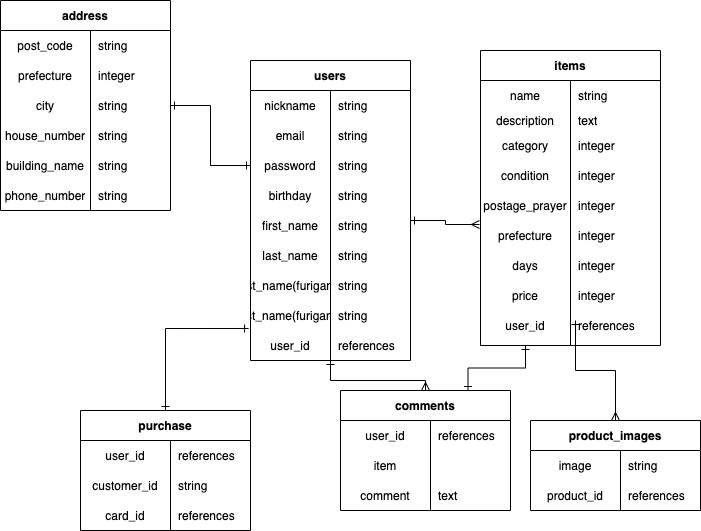
Earlier version of the draw.io export test.dio/test.drawio.png (nxu4559/furima-28155). Source tidied: cells renumbered, new cells last; positions are measured from the earlier drawing's top-left corner, leaving out a move shared by most shapes.
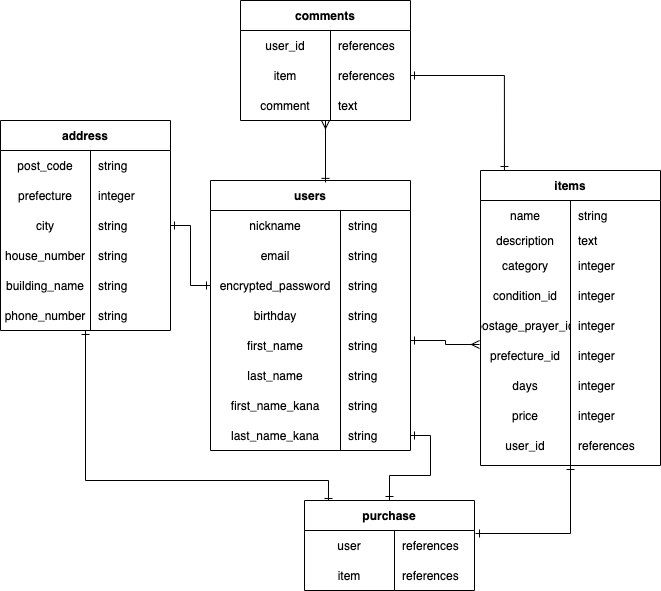
After the commit.

Commit message:
データベース設計　訂正

What changed in the source:
```diff
@@ -12,6 +12,9 @@
         </Array>
       </mxGeometry>
     </mxCell>
+    <mxCell id="110" style="edgeStyle=orthogonalEdgeStyle;rounded=0;jettySize=auto;html=1;entryX=1.006;entryY=0.1;entryDx=0;entryDy=0;entryPerimeter=0;startArrow=ERone;startFill=0;endArrow=ERone;endFill=0;" parent="1" edge="1" source="3" target="83">
+      <mxGeometry relative="1" as="geometry" />
+    </mxCell>
     <mxCell id="3" value="items" style="shape=table;startSize=30;rowLines=0;fontStyle=1;align=center;" parent="1" vertex="1">
       <mxGeometry x="480" y="50" width="180" height="295" as="geometry" />
     </mxCell>
@@ -45,7 +48,7 @@
     <mxCell id="13" style="shape=partialRectangle;fillColor=none;top=0;left=0;bottom=0;right=0;" parent="3" vertex="1">
       <mxGeometry y="110" width="180" height="30" as="geometry" />
     </mxCell>
-    <mxCell id="14" value="condition" style="shape=partialRectangle;fillColor=none;top=0;left=0;bottom=0;right=0;overflow=hidden;" parent="13" vertex="1">
+    <mxCell id="14" value="condition_id" style="shape=partialRectangle;fillColor=none;top=0;left=0;bottom=0;right=0;overflow=hidden;" parent="13" vertex="1">
       <mxGeometry width="90" height="30" as="geometry" />
     </mxCell>
     <mxCell id="15" value="integer" style="shape=partialRectangle;fillColor=none;top=0;left=0;bottom=0;right=0;align=left;spacingLeft=6;overflow=hidden;" parent="13" vertex="1">
@@ -54,7 +57,7 @@
     <mxCell id="16" style="shape=partialRectangle;fillColor=none;top=0;left=0;bottom=0;right=0;" parent="3" vertex="1">
       <mxGeometry y="140" width="180" height="30" as="geometry" />
     </mxCell>
-    <mxCell id="17" value="postage_prayer" style="shape=partialRectangle;fillColor=none;top=0;left=0;bottom=0;right=0;overflow=hidden;" parent="16" vertex="1">
+    <mxCell id="17" value="postage_prayer_id" style="shape=partialRectangle;fillColor=none;top=0;left=0;bottom=0;right=0;overflow=hidden;" parent="16" vertex="1">
       <mxGeometry width="90" height="30" as="geometry" />
     </mxCell>
     <mxCell id="18" value="integer" style="shape=partialRectangle;fillColor=none;top=0;left=0;bottom=0;right=0;align=left;spacingLeft=6;overflow=hidden;" parent="16" vertex="1">
@@ -63,7 +66,7 @@
     <mxCell id="19" style="shape=partialRectangle;fillColor=none;top=0;left=0;bottom=0;right=0;" parent="3" vertex="1">
       <mxGeometry y="170" width="180" height="30" as="geometry" />
     </mxCell>
-    <mxCell id="20" value="prefecture" style="shape=partialRectangle;fillColor=none;top=0;left=0;bottom=0;right=0;overflow=hidden;" parent="19" vertex="1">
+    <mxCell id="20" value="prefecture_id" style="shape=partialRectangle;fillColor=none;top=0;left=0;bottom=0;right=0;overflow=hidden;" parent="19" vertex="1">
       <mxGeometry width="90" height="30" as="geometry" />
     </mxCell>
     <mxCell id="21" value="integer" style="shape=partialRectangle;fillColor=none;top=0;left=0;bottom=0;right=0;align=left;spacingLeft=6;overflow=hidden;" parent="19" vertex="1">
@@ -99,101 +102,84 @@
     <mxCell id="31" style="edgeStyle=orthogonalEdgeStyle;rounded=0;jettySize=auto;html=1;entryX=1;entryY=0.5;entryDx=0;entryDy=0;startArrow=ERone;startFill=0;endArrow=ERone;endFill=0;" parent="1" edge="1" source="41" target="70">
       <mxGeometry relative="1" as="geometry" />
     </mxCell>
-    <mxCell id="32" style="edgeStyle=orthogonalEdgeStyle;rounded=0;jettySize=auto;html=1;startArrow=ERone;startFill=0;endArrow=ERone;endFill=0;exitX=-0.012;exitY=-0.067;exitDx=0;exitDy=0;exitPerimeter=0;" parent="1" edge="1" source="59" target="82">
+    <mxCell id="32" style="edgeStyle=orthogonalEdgeStyle;rounded=0;jettySize=auto;html=1;startArrow=ERone;startFill=0;endArrow=ERone;endFill=0;exitX=-0.012;exitY=-0.067;exitDx=0;exitDy=0;exitPerimeter=0;" parent="1" edge="1" source="x" target="82">
       <mxGeometry relative="1" as="geometry" />
     </mxCell>
-    <mxCell id="33" style="edgeStyle=orthogonalEdgeStyle;rounded=0;jettySize=auto;html=1;entryX=0.5;entryY=0;entryDx=0;entryDy=0;startArrow=ERone;startFill=0;endArrow=ERmany;endFill=0;" parent="1" edge="1" source="34" target="100">
-      <mxGeometry relative="1" as="geometry" />
-    </mxCell>
     <mxCell id="34" value="users" style="shape=table;startSize=30;rowLines=0;fontStyle=1;align=center;" parent="1" vertex="1">
-      <mxGeometry x="250" y="60" width="160" height="300" as="geometry" />
+      <mxGeometry x="210" y="60" width="200" height="270" as="geometry" />
     </mxCell>
     <mxCell id="35" style="shape=partialRectangle;fillColor=none;top=0;left=0;bottom=0;right=0;" parent="34" vertex="1">
-      <mxGeometry y="30" width="160" height="30" as="geometry" />
+      <mxGeometry y="30" width="200" height="30" as="geometry" />
     </mxCell>
     <mxCell id="36" value="nickname" style="shape=partialRectangle;fillColor=none;top=0;left=0;bottom=0;right=0;overflow=hidden;" parent="35" vertex="1">
-      <mxGeometry width="80" height="30" as="geometry" />
+      <mxGeometry width="130" height="30" as="geometry" />
     </mxCell>
     <mxCell id="37" value="string" style="shape=partialRectangle;fillColor=none;top=0;left=0;bottom=0;right=0;align=left;spacingLeft=6;overflow=hidden;" parent="35" vertex="1">
-      <mxGeometry x="80" width="80" height="30" as="geometry" />
+      <mxGeometry x="130" width="70" height="30" as="geometry" />
     </mxCell>
     <mxCell id="38" style="shape=partialRectangle;fillColor=none;top=0;left=0;bottom=0;right=0;" parent="34" vertex="1">
-      <mxGeometry y="60" width="160" height="30" as="geometry" />
+      <mxGeometry y="60" width="200" height="30" as="geometry" />
     </mxCell>
     <mxCell id="39" value="email" style="shape=partialRectangle;fillColor=none;top=0;left=0;bottom=0;right=0;overflow=hidden;" parent="38" vertex="1">
-      <mxGeometry width="80" height="30" as="geometry" />
+      <mxGeometry width="130" height="30" as="geometry" />
     </mxCell>
     <mxCell id="40" value="string" style="shape=partialRectangle;fillColor=none;top=0;left=0;bottom=0;right=0;align=left;spacingLeft=6;overflow=hidden;" parent="38" vertex="1">
-      <mxGeometry x="80" width="80" height="30" as="geometry" />
+      <mxGeometry x="130" width="70" height="30" as="geometry" />
     </mxCell>
     <mxCell id="41" style="shape=partialRectangle;fillColor=none;top=0;left=0;bottom=0;right=0;points=[[0,0.5],[1,0.5]];portConstraint=eastwest;" parent="34" vertex="1">
-      <mxGeometry y="90" width="160" height="30" as="geometry" />
+      <mxGeometry y="90" width="200" height="30" as="geometry" />
     </mxCell>
-    <mxCell id="42" value="password" style="shape=partialRectangle;fillColor=none;top=0;left=0;bottom=0;right=0;overflow=hidden;" parent="41" vertex="1">
-      <mxGeometry width="80" height="30" as="geometry" />
+    <mxCell id="42" value="encrypted_password" style="shape=partialRectangle;fillColor=none;top=0;left=0;bottom=0;right=0;overflow=hidden;" parent="41" vertex="1">
+      <mxGeometry width="130" height="30" as="geometry" />
     </mxCell>
     <mxCell id="43" value="string" style="shape=partialRectangle;fillColor=none;top=0;left=0;bottom=0;right=0;align=left;spacingLeft=6;overflow=hidden;" parent="41" vertex="1">
-      <mxGeometry x="80" width="80" height="30" as="geometry" />
+      <mxGeometry x="130" width="70" height="30" as="geometry" />
     </mxCell>
     <mxCell id="44" style="shape=partialRectangle;fillColor=none;top=0;left=0;bottom=0;right=0;" parent="34" vertex="1">
-      <mxGeometry y="120" width="160" height="30" as="geometry" />
+      <mxGeometry y="120" width="200" height="30" as="geometry" />
     </mxCell>
     <mxCell id="45" value="birthday" style="shape=partialRectangle;fillColor=none;top=0;left=0;bottom=0;right=0;overflow=hidden;" parent="44" vertex="1">
-      <mxGeometry width="80" height="30" as="geometry" />
+      <mxGeometry width="130" height="30" as="geometry" />
     </mxCell>
     <mxCell id="46" value="string" style="shape=partialRectangle;fillColor=none;top=0;left=0;bottom=0;right=0;align=left;spacingLeft=6;overflow=hidden;" parent="44" vertex="1">
-      <mxGeometry x="80" width="80" height="30" as="geometry" />
+      <mxGeometry x="130" width="70" height="30" as="geometry" />
     </mxCell>
     <mxCell id="47" style="shape=partialRectangle;fillColor=none;top=0;left=0;bottom=0;right=0;" parent="34" vertex="1">
-      <mxGeometry y="150" width="160" height="30" as="geometry" />
+      <mxGeometry y="150" width="200" height="30" as="geometry" />
     </mxCell>
     <mxCell id="48" value="first_name" style="shape=partialRectangle;fillColor=none;top=0;left=0;bottom=0;right=0;overflow=hidden;" parent="47" vertex="1">
-      <mxGeometry width="80" height="30" as="geometry" />
+      <mxGeometry width="130" height="30" as="geometry" />
     </mxCell>
     <mxCell id="49" value="string" style="shape=partialRectangle;fillColor=none;top=0;left=0;bottom=0;right=0;align=left;spacingLeft=6;overflow=hidden;" parent="47" vertex="1">
-      <mxGeometry x="80" width="80" height="30" as="geometry" />
+      <mxGeometry x="130" width="70" height="30" as="geometry" />
     </mxCell>
     <mxCell id="50" style="shape=partialRectangle;fillColor=none;top=0;left=0;bottom=0;right=0;" parent="34" vertex="1">
-      <mxGeometry y="180" width="160" height="30" as="geometry" />
+      <mxGeometry y="180" width="200" height="30" as="geometry" />
     </mxCell>
     <mxCell id="51" value="last_name" style="shape=partialRectangle;fillColor=none;top=0;left=0;bottom=0;right=0;overflow=hidden;" parent="50" vertex="1">
-      <mxGeometry width="80" height="30" as="geometry" />
+      <mxGeometry width="130" height="30" as="geometry" />
     </mxCell>
     <mxCell id="52" value="string" style="shape=partialRectangle;fillColor=none;top=0;left=0;bottom=0;right=0;align=left;spacingLeft=6;overflow=hidden;" parent="50" vertex="1">
-      <mxGeometry x="80" width="80" height="30" as="geometry" />
+      <mxGeometry x="130" width="70" height="30" as="geometry" />
     </mxCell>
     <mxCell id="53" style="shape=partialRectangle;fillColor=none;top=0;left=0;bottom=0;right=0;" parent="34" vertex="1">
-      <mxGeometry y="210" width="160" height="30" as="geometry" />
+      <mxGeometry y="210" width="200" height="30" as="geometry" />
     </mxCell>
-    <mxCell id="54" value="first_name(furigana)" style="shape=partialRectangle;fillColor=none;top=0;left=0;bottom=0;right=0;overflow=hidden;" parent="53" vertex="1">
-      <mxGeometry width="80" height="30" as="geometry" />
+    <mxCell id="54" value="first_name_kana" style="shape=partialRectangle;fillColor=none;top=0;left=0;bottom=0;right=0;overflow=hidden;" parent="53" vertex="1">
+      <mxGeometry width="130" height="30" as="geometry" />
     </mxCell>
     <mxCell id="55" value="string" style="shape=partialRectangle;fillColor=none;top=0;left=0;bottom=0;right=0;align=left;spacingLeft=6;overflow=hidden;" parent="53" vertex="1">
-      <mxGeometry x="80" width="80" height="30" as="geometry" />
+      <mxGeometry x="130" width="70" height="30" as="geometry" />
     </mxCell>
     <mxCell id="56" style="shape=partialRectangle;fillColor=none;top=0;left=0;bottom=0;right=0;points=[[0,0.5],[1,0.5]];portConstraint=eastwest;" parent="34" vertex="1">
-      <mxGeometry y="240" width="160" height="30" as="geometry" />
+      <mxGeometry y="240" width="200" height="30" as="geometry" />
     </mxCell>
-    <mxCell id="57" value="last_name(furigana)" style="shape=partialRectangle;fillColor=none;top=0;left=0;bottom=0;right=0;overflow=hidden;" parent="56" vertex="1">
-      <mxGeometry width="80" height="30" as="geometry" />
+    <mxCell id="57" value="last_name_kana" style="shape=partialRectangle;fillColor=none;top=0;left=0;bottom=0;right=0;overflow=hidden;" parent="56" vertex="1">
+      <mxGeometry width="130" height="30" as="geometry" />
     </mxCell>
     <mxCell id="58" value="string" style="shape=partialRectangle;fillColor=none;top=0;left=0;bottom=0;right=0;align=left;spacingLeft=6;overflow=hidden;" parent="56" vertex="1">
-      <mxGeometry x="80" width="80" height="30" as="geometry" />
+      <mxGeometry x="130" width="70" height="30" as="geometry" />
     </mxCell>
-    <mxCell id="59" style="shape=partialRectangle;fillColor=none;top=0;left=0;bottom=0;right=0;points=[[0,0.5],[1,0.5]];portConstraint=eastwest;" parent="34" vertex="1">
-      <mxGeometry y="270" width="160" height="30" as="geometry" />
-    </mxCell>
-    <mxCell id="60" value="user_id" style="shape=partialRectangle;fillColor=none;top=0;left=0;bottom=0;right=0;overflow=hidden;" parent="59" vertex="1">
-      <mxGeometry width="80" height="30" as="geometry" />
-    </mxCell>
-    <mxCell id="61" value="references" style="shape=partialRectangle;fillColor=none;top=0;left=0;bottom=0;right=0;align=left;spacingLeft=6;overflow=hidden;" parent="59" vertex="1">
-      <mxGeometry x="80" width="80" height="30" as="geometry" />
-    </mxCell>
-    <mxCell id="62" style="edgeStyle=orthogonalEdgeStyle;rounded=0;jettySize=auto;html=1;startArrow=ERmany;startFill=0;endArrow=ERone;endFill=0;" parent="1" edge="1" source="92">
-      <mxGeometry relative="1" as="geometry">
-        <mxPoint x="575" y="320" as="targetPoint" />
-      </mxGeometry>
-    </mxCell>
     <mxCell id="63" value="address" style="shape=table;startSize=30;rowLines=0;fontStyle=1;align=center;" parent="1" vertex="1">
       <mxGeometry width="170" height="210" as="geometry" />
     </mxCell>
@@ -251,62 +237,22 @@
     <mxCell id="81" value="string" style="shape=partialRectangle;fillColor=none;top=0;left=0;bottom=0;right=0;align=left;spacingLeft=6;overflow=hidden;" parent="79" vertex="1">
       <mxGeometry x="90" width="80" height="30" as="geometry" />
     </mxCell>
-    <mxCell id="82" value="purchase" style="shape=table;startSize=30;rowLines=0;fontStyle=1;align=center;" parent="1" vertex="1">
-      <mxGeometry x="80" y="410" width="170" height="120" as="geometry" />
-    </mxCell>
-    <mxCell id="83" style="shape=partialRectangle;fillColor=none;top=0;left=0;bottom=0;right=0;points=[[0,0.5],[1,0.5]];portConstraint=eastwest;" parent="82" vertex="1">
-      <mxGeometry y="30" width="170" height="30" as="geometry" />
-    </mxCell>
-    <mxCell id="84" value="user_id" style="shape=partialRectangle;fillColor=none;top=0;left=0;bottom=0;right=0;overflow=hidden;" parent="83" vertex="1">
-      <mxGeometry width="90" height="30" as="geometry" />
-    </mxCell>
-    <mxCell id="85" value="references" style="shape=partialRectangle;fillColor=none;top=0;left=0;bottom=0;right=0;align=left;spacingLeft=6;overflow=hidden;" parent="83" vertex="1">
-      <mxGeometry x="90" width="80" height="30" as="geometry" />
-    </mxCell>
-    <mxCell id="86" style="shape=partialRectangle;fillColor=none;top=0;left=0;bottom=0;right=0;" parent="82" vertex="1">
-      <mxGeometry y="60" width="170" height="30" as="geometry" />
-    </mxCell>
-    <mxCell id="87" value="customer_id" style="shape=partialRectangle;fillColor=none;top=0;left=0;bottom=0;right=0;overflow=hidden;" parent="86" vertex="1">
-      <mxGeometry width="90" height="30" as="geometry" />
-    </mxCell>
-    <mxCell id="88" value="string" style="shape=partialRectangle;fillColor=none;top=0;left=0;bottom=0;right=0;align=left;spacingLeft=6;overflow=hidden;" parent="86" vertex="1">
-      <mxGeometry x="90" width="80" height="30" as="geometry" />
-    </mxCell>
-    <mxCell id="89" style="shape=partialRectangle;fillColor=none;top=0;left=0;bottom=0;right=0;" parent="82" vertex="1">
-      <mxGeometry y="90" width="170" height="30" as="geometry" />
-    </mxCell>
-    <mxCell id="90" value="card_id" style="shape=partialRectangle;fillColor=none;top=0;left=0;bottom=0;right=0;overflow=hidden;" parent="89" vertex="1">
-      <mxGeometry width="90" height="30" as="geometry" />
-    </mxCell>
-    <mxCell id="91" value="references" style="shape=partialRectangle;fillColor=none;top=0;left=0;bottom=0;right=0;align=left;spacingLeft=6;overflow=hidden;" parent="89" vertex="1">
-      <mxGeometry x="90" width="80" height="30" as="geometry" />
-    </mxCell>
-    <mxCell id="92" value="product_images" style="shape=table;startSize=30;rowLines=0;fontStyle=1;align=center;" parent="1" vertex="1">
-      <mxGeometry x="530" y="420" width="170" height="90" as="geometry" />
-    </mxCell>
-    <mxCell id="93" style="shape=partialRectangle;fillColor=none;top=0;left=0;bottom=0;right=0;" parent="92" vertex="1">
-      <mxGeometry y="30" width="170" height="30" as="geometry" />
-    </mxCell>
-    <mxCell id="94" value="image" style="shape=partialRectangle;fillColor=none;top=0;left=0;bottom=0;right=0;overflow=hidden;" parent="93" vertex="1">
-      <mxGeometry width="90" height="30" as="geometry" />
-    </mxCell>
-    <mxCell id="95" value="string" style="shape=partialRectangle;fillColor=none;top=0;left=0;bottom=0;right=0;align=left;spacingLeft=6;overflow=hidden;" parent="93" vertex="1">
-      <mxGeometry x="90" width="80" height="30" as="geometry" />
-    </mxCell>
-    <mxCell id="96" style="shape=partialRectangle;fillColor=none;top=0;left=0;bottom=0;right=0;" parent="92" vertex="1">
-      <mxGeometry y="60" width="170" height="30" as="geometry" />
-    </mxCell>
-    <mxCell id="97" value="product_id" style="shape=partialRectangle;fillColor=none;top=0;left=0;bottom=0;right=0;overflow=hidden;" parent="96" vertex="1">
-      <mxGeometry width="90" height="30" as="geometry" />
-    </mxCell>
-    <mxCell id="98" value="references" style="shape=partialRectangle;fillColor=none;top=0;left=0;bottom=0;right=0;align=left;spacingLeft=6;overflow=hidden;" parent="96" vertex="1">
-      <mxGeometry x="90" width="80" height="30" as="geometry" />
-    </mxCell>
-    <mxCell id="99" style="edgeStyle=orthogonalEdgeStyle;rounded=0;jettySize=auto;html=1;exitX=0.75;exitY=0;exitDx=0;exitDy=0;entryX=0.25;entryY=1;entryDx=0;entryDy=0;startArrow=ERone;startFill=0;endArrow=ERone;endFill=0;" parent="1" edge="1" source="100" target="3">
-      <mxGeometry relative="1" as="geometry" />
-    </mxCell>
+    <mxCell id="111" style="edgeStyle=orthogonalEdgeStyle;rounded=0;jettySize=auto;html=1;startArrow=ERone;startFill=0;endArrow=ERone;endFill=0;" parent="1" edge="1" source="56" target="82">
+      <mxGeometry relative="1" as="geometry" />
+    </mxCell>
+    <mxCell id="112" style="edgeStyle=orthogonalEdgeStyle;rounded=0;jettySize=auto;html=1;entryX=0.141;entryY=0.022;entryDx=0;entryDy=0;entryPerimeter=0;startArrow=ERone;startFill=0;endArrow=ERone;endFill=0;" parent="1" edge="1" source="79" target="82">
+      <mxGeometry relative="1" as="geometry">
+        <Array as="points">
+          <mxPoint x="85" y="360" />
+          <mxPoint x="328" y="360" />
+        </Array>
+      </mxGeometry>
+    </mxCell>
+    <mxCell id="113" style="edgeStyle=orthogonalEdgeStyle;rounded=0;jettySize=auto;html=1;entryX=0.575;entryY=0.007;entryDx=0;entryDy=0;entryPerimeter=0;startArrow=ERmany;startFill=0;endArrow=ERone;endFill=0;" parent="1" edge="1" source="100" target="34">
+      <mxGeometry relative="1" as="geometry" />
+    </mxCell>
     <mxCell id="100" value="comments" style="shape=table;startSize=30;rowLines=0;fontStyle=1;align=center;" parent="1" vertex="1">
-      <mxGeometry x="340" y="390" width="170" height="120" as="geometry" />
+      <mxGeometry x="240" y="-120" width="170" height="120" as="geometry" />
     </mxCell>
     <mxCell id="101" style="shape=partialRectangle;fillColor=none;top=0;left=0;bottom=0;right=0;" parent="100" vertex="1">
       <mxGeometry y="30" width="170" height="30" as="geometry" />
@@ -323,7 +269,7 @@
     <mxCell id="105" value="item" style="shape=partialRectangle;fillColor=none;top=0;left=0;bottom=0;right=0;overflow=hidden;" parent="104" vertex="1">
       <mxGeometry width="90" height="30" as="geometry" />
     </mxCell>
-    <mxCell id="106" style="shape=partialRectangle;fillColor=none;top=0;left=0;bottom=0;right=0;align=left;spacingLeft=6;overflow=hidden;" parent="104" vertex="1">
+    <mxCell id="106" value="references" style="shape=partialRectangle;fillColor=none;top=0;left=0;bottom=0;right=0;align=left;spacingLeft=6;overflow=hidden;" parent="104" vertex="1">
       <mxGeometry x="90" width="80" height="30" as="geometry" />
     </mxCell>
     <mxCell id="107" style="shape=partialRectangle;fillColor=none;top=0;left=0;bottom=0;right=0;" parent="100" vertex="1">
@@ -335,5 +281,29 @@
     <mxCell id="109" value="text" style="shape=partialRectangle;fillColor=none;top=0;left=0;bottom=0;right=0;align=left;spacingLeft=6;overflow=hidden;" parent="107" vertex="1">
       <mxGeometry x="90" width="80" height="30" as="geometry" />
     </mxCell>
+    <mxCell id="82" value="purchase" style="shape=table;startSize=30;rowLines=0;fontStyle=1;align=center;" parent="1" vertex="1">
+      <mxGeometry x="304" y="380" width="170" height="90" as="geometry" />
+    </mxCell>
+    <mxCell id="83" style="shape=partialRectangle;fillColor=none;top=0;left=0;bottom=0;right=0;points=[[0,0.5],[1,0.5]];portConstraint=eastwest;" parent="82" vertex="1">
+      <mxGeometry y="30" width="170" height="30" as="geometry" />
+    </mxCell>
+    <mxCell id="84" value="user" style="shape=partialRectangle;fillColor=none;top=0;left=0;bottom=0;right=0;overflow=hidden;" parent="83" vertex="1">
+      <mxGeometry width="90" height="30" as="geometry" />
+    </mxCell>
+    <mxCell id="85" value="references" style="shape=partialRectangle;fillColor=none;top=0;left=0;bottom=0;right=0;align=left;spacingLeft=6;overflow=hidden;" parent="83" vertex="1">
+      <mxGeometry x="90" width="80" height="30" as="geometry" />
+    </mxCell>
+    <mxCell id="86" style="shape=partialRectangle;fillColor=none;top=0;left=0;bottom=0;right=0;" parent="82" vertex="1">
+      <mxGeometry y="60" width="170" height="30" as="geometry" />
+    </mxCell>
+    <mxCell id="87" value="item" style="shape=partialRectangle;fillColor=none;top=0;left=0;bottom=0;right=0;overflow=hidden;" parent="86" vertex="1">
+      <mxGeometry width="90" height="30" as="geometry" />
+    </mxCell>
+    <mxCell id="88" value="references" style="shape=partialRectangle;fillColor=none;top=0;left=0;bottom=0;right=0;align=left;spacingLeft=6;overflow=hidden;" parent="86" vertex="1">
+      <mxGeometry x="90" width="80" height="30" as="geometry" />
+    </mxCell>
+    <mxCell id="114" style="edgeStyle=orthogonalEdgeStyle;rounded=0;jettySize=auto;html=1;entryX=0.133;entryY=0;entryDx=0;entryDy=0;entryPerimeter=0;startArrow=ERone;startFill=0;endArrow=ERone;endFill=0;" parent="1" edge="1" source="104" target="3">
+      <mxGeometry relative="1" as="geometry" />
+    </mxCell>
   </root>
 </mxGraphModel>
```
